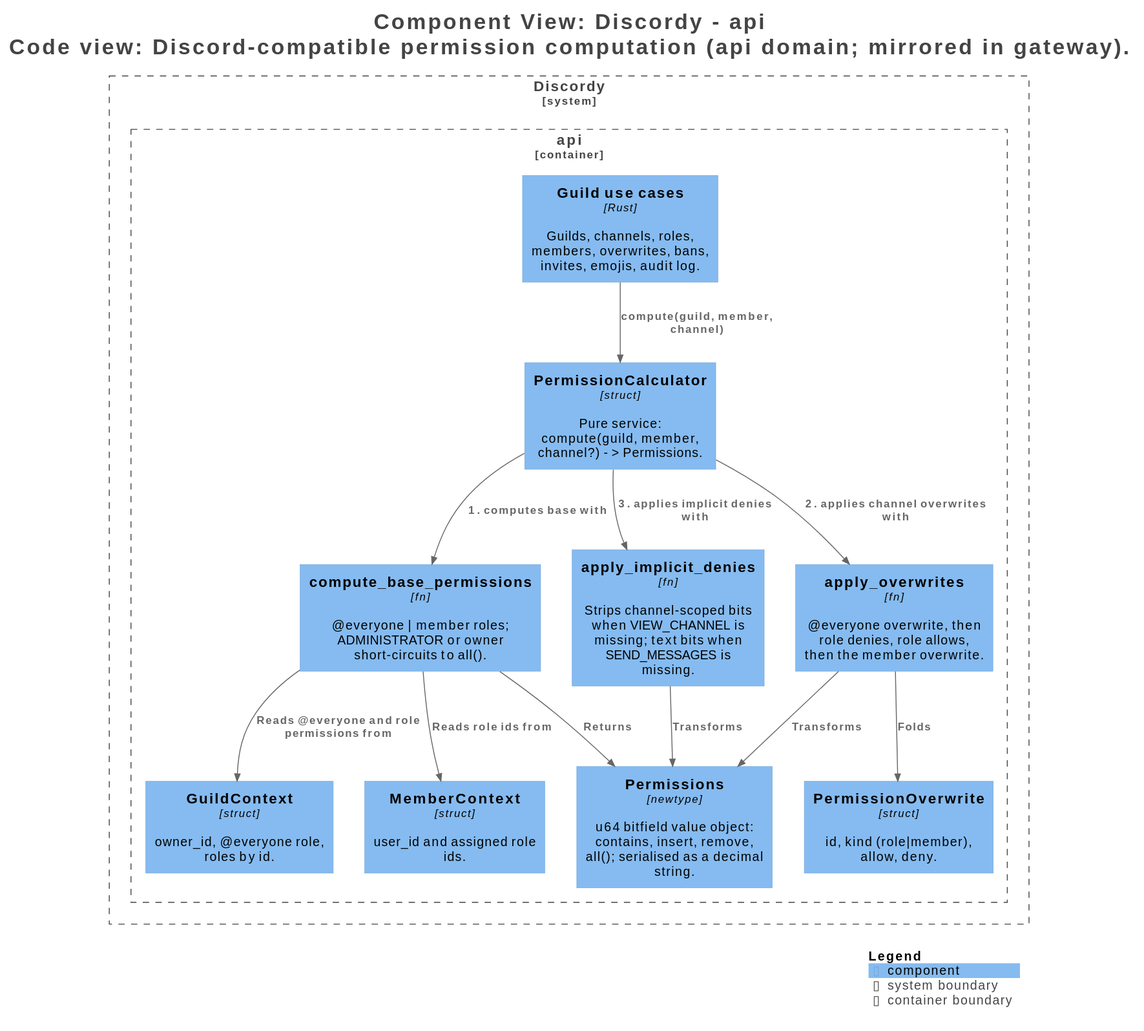
Earlier version of the PlantUML export c4/rendered/structurizr-C4-PermissionCalculator.svg (voics-app/docs). Source of this version:
```plantuml
@startuml
title <size:24>Component View: Discordy - api</size>\n<size:24>Code view: Discord-compatible permission computation (api domain; mirrored in gateway).</size>

set separator none
top to bottom direction

<style>
  root {
    BackgroundColor: #ffffff
    FontColor: #444444
  }
</style>

!include <C4/C4>
!include <C4/C4_Context>
!include <C4/C4_Component>

System_Boundary("Discordy_boundary", "Discordy", $tags="") {
  Container_Boundary("Discordy.api_boundary", "api", $tags="") {
    Component(Discordy.api.Guildusecases, "Guild use cases", $techn="Rust", $descr="Guilds, channels, roles, members, overwrites, bans, invites, emojis, audit log.", $tags="", $link="")
    Component(Discordy.api.PermissionCalculator, "PermissionCalculator", $techn="struct", $descr="Pure service: compute(guild, member, channel?) -> Permissions.", $tags="", $link="")
    Component(Discordy.api.Permissions, "Permissions", $techn="newtype", $descr="u64 bitfield value object: contains, insert, remove, all(); serialised as a decimal string.", $tags="", $link="")
    Component(Discordy.api.GuildContext, "GuildContext", $techn="struct", $descr="owner_id, @everyone role, roles by id.", $tags="", $link="")
    Component(Discordy.api.MemberContext, "MemberContext", $techn="struct", $descr="user_id and assigned role ids.", $tags="", $link="")
    Component(Discordy.api.PermissionOverwrite, "PermissionOverwrite", $techn="struct", $descr="id, kind (role|member), allow, deny.", $tags="", $link="")
    Component(Discordy.api.compute_base_permissions, "compute_base_permissions", $techn="fn", $descr="@everyone | member roles; ADMINISTRATOR or owner short-circuits to all().", $tags="", $link="")
    Component(Discordy.api.apply_overwrites, "apply_overwrites", $techn="fn", $descr="@everyone overwrite, then role denies, role allows, then the member overwrite.", $tags="", $link="")
    Component(Discordy.api.apply_implicit_denies, "apply_implicit_denies", $techn="fn", $descr="Strips channel-scoped bits when VIEW_CHANNEL is missing; text bits when SEND_MESSAGES is missing.", $tags="", $link="")
  }

}

Rel(Discordy.api.PermissionCalculator, Discordy.api.compute_base_permissions, "1. computes base with", $techn="", $tags="", $link="")
Rel(Discordy.api.PermissionCalculator, Discordy.api.apply_overwrites, "2. applies channel overwrites with", $techn="", $tags="", $link="")
Rel(Discordy.api.PermissionCalculator, Discordy.api.apply_implicit_denies, "3. applies implicit denies with", $techn="", $tags="", $link="")
Rel(Discordy.api.compute_base_permissions, Discordy.api.GuildContext, "Reads @everyone and role permissions from", $techn="", $tags="", $link="")
Rel(Discordy.api.compute_base_permissions, Discordy.api.MemberContext, "Reads role ids from", $techn="", $tags="", $link="")
Rel(Discordy.api.apply_overwrites, Discordy.api.PermissionOverwrite, "Folds", $techn="", $tags="", $link="")
Rel(Discordy.api.compute_base_permissions, Discordy.api.Permissions, "Returns", $techn="", $tags="", $link="")
Rel(Discordy.api.apply_overwrites, Discordy.api.Permissions, "Transforms", $techn="", $tags="", $link="")
Rel(Discordy.api.apply_implicit_denies, Discordy.api.Permissions, "Transforms", $techn="", $tags="", $link="")
Rel(Discordy.api.Guildusecases, Discordy.api.PermissionCalculator, "compute(guild, member, channel)", $techn="", $tags="", $link="")

SHOW_LEGEND(true)
hide stereotypes
@enduml
```
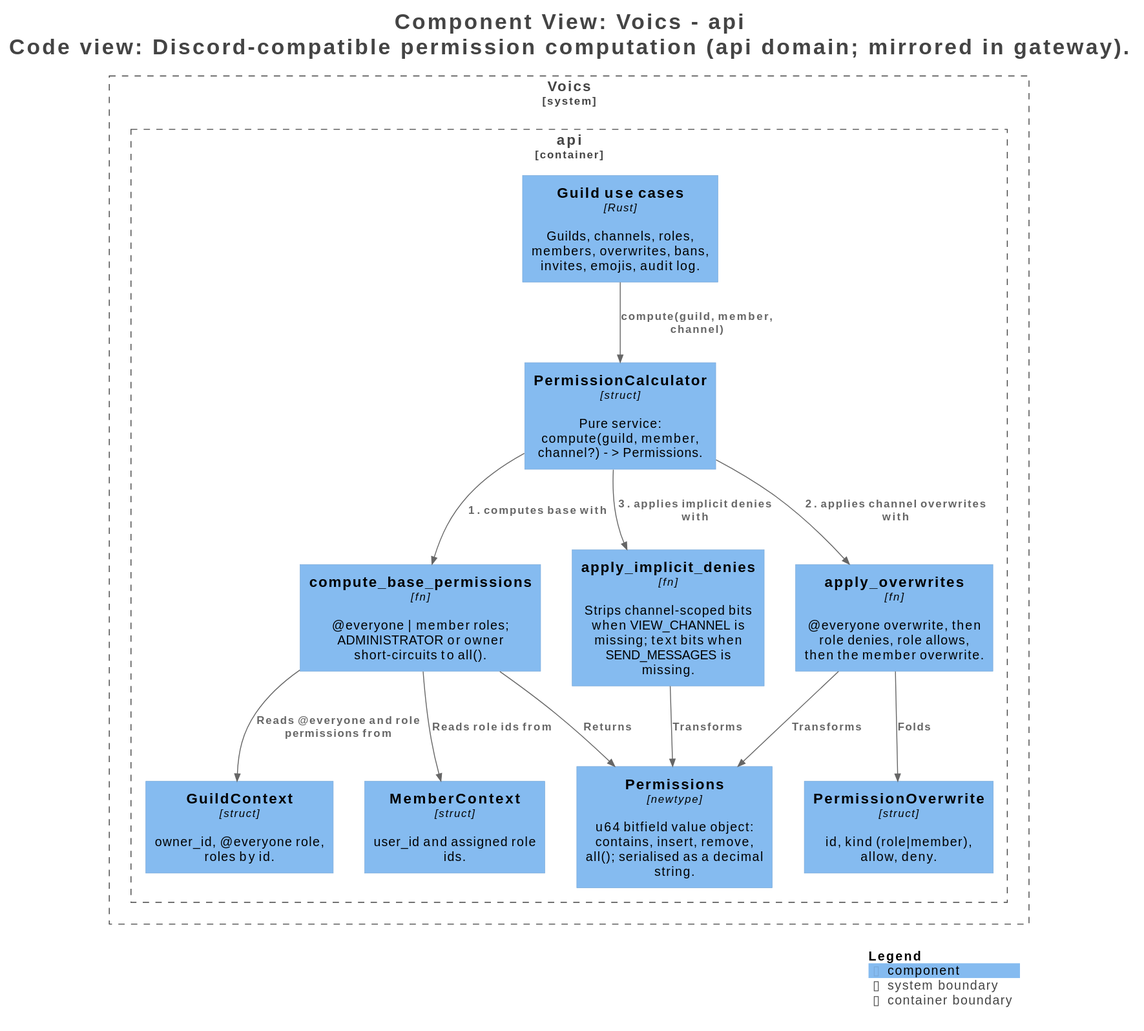
The same file after the commit.

Diff of the diagram source:
```diff
@@ -1,5 +1,5 @@
 @startuml
-title <size:24>Component View: Discordy - api</size>\n<size:24>Code view: Discord-compatible permission computation (api domain; mirrored in gateway).</size>
+title <size:24>Component View: Voics - api</size>\n<size:24>Code view: Discord-compatible permission computation (api domain; mirrored in gateway).</size>
 
 set separator none
 top to bottom direction
@@ -15,31 +15,31 @@
 !include <C4/C4_Context>
 !include <C4/C4_Component>
 
-System_Boundary("Discordy_boundary", "Discordy", $tags="") {
-  Container_Boundary("Discordy.api_boundary", "api", $tags="") {
-    Component(Discordy.api.Guildusecases, "Guild use cases", $techn="Rust", $descr="Guilds, channels, roles, members, overwrites, bans, invites, emojis, audit log.", $tags="", $link="")
-    Component(Discordy.api.PermissionCalculator, "PermissionCalculator", $techn="struct", $descr="Pure service: compute(guild, member, channel?) -> Permissions.", $tags="", $link="")
-    Component(Discordy.api.Permissions, "Permissions", $techn="newtype", $descr="u64 bitfield value object: contains, insert, remove, all(); serialised as a decimal string.", $tags="", $link="")
-    Component(Discordy.api.GuildContext, "GuildContext", $techn="struct", $descr="owner_id, @everyone role, roles by id.", $tags="", $link="")
-    Component(Discordy.api.MemberContext, "MemberContext", $techn="struct", $descr="user_id and assigned role ids.", $tags="", $link="")
-    Component(Discordy.api.PermissionOverwrite, "PermissionOverwrite", $techn="struct", $descr="id, kind (role|member), allow, deny.", $tags="", $link="")
-    Component(Discordy.api.compute_base_permissions, "compute_base_permissions", $techn="fn", $descr="@everyone | member roles; ADMINISTRATOR or owner short-circuits to all().", $tags="", $link="")
-    Component(Discordy.api.apply_overwrites, "apply_overwrites", $techn="fn", $descr="@everyone overwrite, then role denies, role allows, then the member overwrite.", $tags="", $link="")
-    Component(Discordy.api.apply_implicit_denies, "apply_implicit_denies", $techn="fn", $descr="Strips channel-scoped bits when VIEW_CHANNEL is missing; text bits when SEND_MESSAGES is missing.", $tags="", $link="")
+System_Boundary("Voics_boundary", "Voics", $tags="") {
+  Container_Boundary("Voics.api_boundary", "api", $tags="") {
+    Component(Voics.api.Guildusecases, "Guild use cases", $techn="Rust", $descr="Guilds, channels, roles, members, overwrites, bans, invites, emojis, audit log.", $tags="", $link="")
+    Component(Voics.api.PermissionCalculator, "PermissionCalculator", $techn="struct", $descr="Pure service: compute(guild, member, channel?) -> Permissions.", $tags="", $link="")
+    Component(Voics.api.Permissions, "Permissions", $techn="newtype", $descr="u64 bitfield value object: contains, insert, remove, all(); serialised as a decimal string.", $tags="", $link="")
+    Component(Voics.api.GuildContext, "GuildContext", $techn="struct", $descr="owner_id, @everyone role, roles by id.", $tags="", $link="")
+    Component(Voics.api.MemberContext, "MemberContext", $techn="struct", $descr="user_id and assigned role ids.", $tags="", $link="")
+    Component(Voics.api.PermissionOverwrite, "PermissionOverwrite", $techn="struct", $descr="id, kind (role|member), allow, deny.", $tags="", $link="")
+    Component(Voics.api.compute_base_permissions, "compute_base_permissions", $techn="fn", $descr="@everyone | member roles; ADMINISTRATOR or owner short-circuits to all().", $tags="", $link="")
+    Component(Voics.api.apply_overwrites, "apply_overwrites", $techn="fn", $descr="@everyone overwrite, then role denies, role allows, then the member overwrite.", $tags="", $link="")
+    Component(Voics.api.apply_implicit_denies, "apply_implicit_denies", $techn="fn", $descr="Strips channel-scoped bits when VIEW_CHANNEL is missing; text bits when SEND_MESSAGES is missing.", $tags="", $link="")
   }
 
 }
 
-Rel(Discordy.api.PermissionCalculator, Discordy.api.compute_base_permissions, "1. computes base with", $techn="", $tags="", $link="")
-Rel(Discordy.api.PermissionCalculator, Discordy.api.apply_overwrites, "2. applies channel overwrites with", $techn="", $tags="", $link="")
-Rel(Discordy.api.PermissionCalculator, Discordy.api.apply_implicit_denies, "3. applies implicit denies with", $techn="", $tags="", $link="")
-Rel(Discordy.api.compute_base_permissions, Discordy.api.GuildContext, "Reads @everyone and role permissions from", $techn="", $tags="", $link="")
-Rel(Discordy.api.compute_base_permissions, Discordy.api.MemberContext, "Reads role ids from", $techn="", $tags="", $link="")
-Rel(Discordy.api.apply_overwrites, Discordy.api.PermissionOverwrite, "Folds", $techn="", $tags="", $link="")
-Rel(Discordy.api.compute_base_permissions, Discordy.api.Permissions, "Returns", $techn="", $tags="", $link="")
-Rel(Discordy.api.apply_overwrites, Discordy.api.Permissions, "Transforms", $techn="", $tags="", $link="")
-Rel(Discordy.api.apply_implicit_denies, Discordy.api.Permissions, "Transforms", $techn="", $tags="", $link="")
-Rel(Discordy.api.Guildusecases, Discordy.api.PermissionCalculator, "compute(guild, member, channel)", $techn="", $tags="", $link="")
+Rel(Voics.api.PermissionCalculator, Voics.api.compute_base_permissions, "1. computes base with", $techn="", $tags="", $link="")
+Rel(Voics.api.PermissionCalculator, Voics.api.apply_overwrites, "2. applies channel overwrites with", $techn="", $tags="", $link="")
+Rel(Voics.api.PermissionCalculator, Voics.api.apply_implicit_denies, "3. applies implicit denies with", $techn="", $tags="", $link="")
+Rel(Voics.api.compute_base_permissions, Voics.api.GuildContext, "Reads @everyone and role permissions from", $techn="", $tags="", $link="")
+Rel(Voics.api.compute_base_permissions, Voics.api.MemberContext, "Reads role ids from", $techn="", $tags="", $link="")
+Rel(Voics.api.apply_overwrites, Voics.api.PermissionOverwrite, "Folds", $techn="", $tags="", $link="")
+Rel(Voics.api.compute_base_permissions, Voics.api.Permissions, "Returns", $techn="", $tags="", $link="")
+Rel(Voics.api.apply_overwrites, Voics.api.Permissions, "Transforms", $techn="", $tags="", $link="")
+Rel(Voics.api.apply_implicit_denies, Voics.api.Permissions, "Transforms", $techn="", $tags="", $link="")
+Rel(Voics.api.Guildusecases, Voics.api.PermissionCalculator, "compute(guild, member, channel)", $techn="", $tags="", $link="")
 
 SHOW_LEGEND(true)
 hide stereotypes
```
